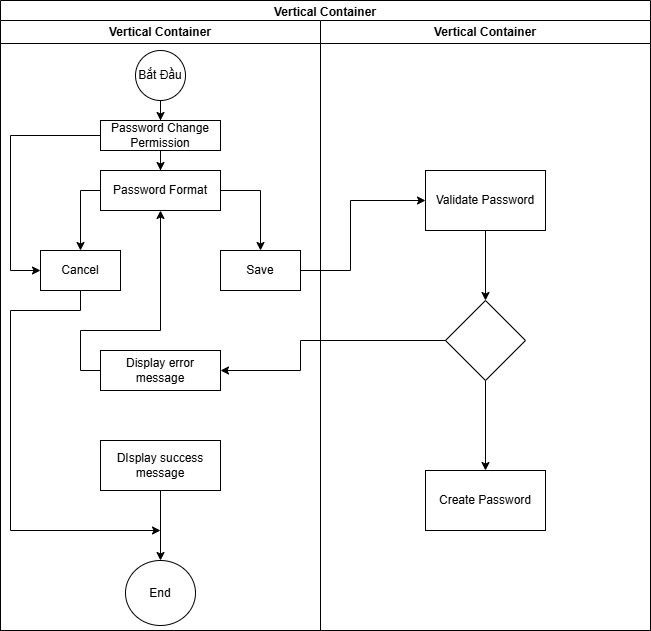
Junglou/-n keeps this draw.io diagram as KTPM_LT.drawio.png. Above is the earlier version. Source tidied: cells renumbered, new cells last; positions are measured from the earlier drawing's top-left corner, leaving out a move shared by most shapes.
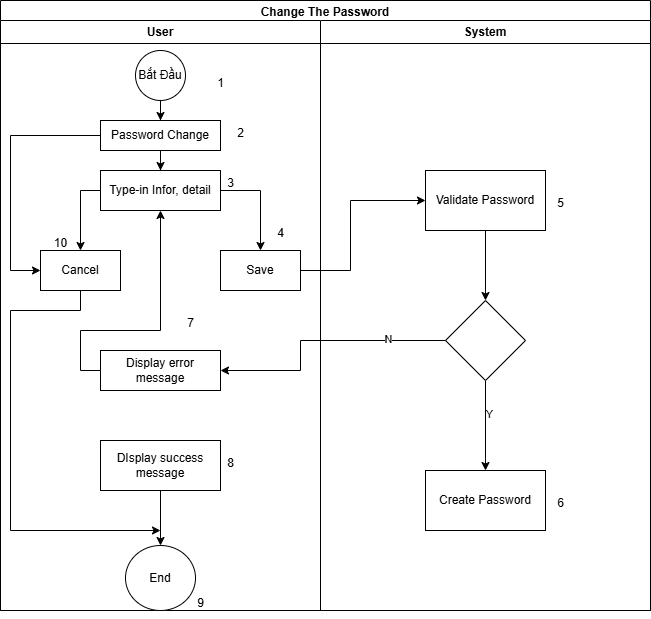
After the change.

The edit, as a diff of the source:
```diff
@@ -2,11 +2,11 @@
   <root>
     <mxCell id="0" />
     <mxCell id="1" parent="0" />
-    <mxCell id="2" value="Vertical Container" style="swimlane;whiteSpace=wrap;html=1;" parent="1" vertex="1">
-      <mxGeometry width="650" height="630" as="geometry" />
+    <mxCell id="2" value="Change The Password" style="swimlane;whiteSpace=wrap;html=1;" parent="1" vertex="1">
+      <mxGeometry width="650" height="610" as="geometry" />
     </mxCell>
-    <mxCell id="3" value="Vertical Container" style="swimlane;whiteSpace=wrap;html=1;" parent="2" vertex="1">
-      <mxGeometry x="320" y="20" width="330" height="610" as="geometry" />
+    <mxCell id="3" value="System" style="swimlane;whiteSpace=wrap;html=1;" parent="2" vertex="1">
+      <mxGeometry x="320" y="20" width="330" height="590" as="geometry" />
     </mxCell>
     <mxCell id="4" style="edgeStyle=orthogonalEdgeStyle;rounded=0;jettySize=auto;html=1;" parent="3" edge="1" source="5" target="7">
       <mxGeometry relative="1" as="geometry" />
@@ -17,14 +17,17 @@
     <mxCell id="6" style="edgeStyle=orthogonalEdgeStyle;rounded=0;jettySize=auto;html=1;" parent="3" edge="1" source="7" target="8">
       <mxGeometry relative="1" as="geometry" />
     </mxCell>
+    <mxCell id="28" value="Y" style="edgeLabel;html=1;align=center;verticalAlign=middle;" parent="6" vertex="1">
+      <mxGeometry x="-0.26" y="3" relative="1" as="geometry" />
+    </mxCell>
     <mxCell id="7" style="rhombus;whiteSpace=wrap;html=1;rounded=0;" parent="3" vertex="1">
       <mxGeometry x="125" y="280" width="80" height="80" as="geometry" />
     </mxCell>
     <mxCell id="8" value="Create Password" style="whiteSpace=wrap;html=1;rounded=0;" parent="3" vertex="1">
       <mxGeometry x="105" y="450" width="120" height="60" as="geometry" />
     </mxCell>
-    <mxCell id="9" value="Vertical Container" style="swimlane;whiteSpace=wrap;html=1;" parent="2" vertex="1">
-      <mxGeometry y="20" width="320" height="610" as="geometry" />
+    <mxCell id="9" value="User" style="swimlane;whiteSpace=wrap;html=1;" parent="2" vertex="1">
+      <mxGeometry y="20" width="320" height="590" as="geometry" />
     </mxCell>
     <mxCell id="10" style="edgeStyle=orthogonalEdgeStyle;rounded=0;jettySize=auto;html=1;" parent="9" edge="1" source="11" target="13">
       <mxGeometry relative="1" as="geometry" />
@@ -35,7 +38,7 @@
     <mxCell id="12" style="edgeStyle=orthogonalEdgeStyle;rounded=0;jettySize=auto;html=1;" parent="9" edge="1" source="13" target="16">
       <mxGeometry relative="1" as="geometry" />
     </mxCell>
-    <mxCell id="13" value="Password Change Permission" style="whiteSpace=wrap;html=1;" parent="9" vertex="1">
+    <mxCell id="13" value="Password Change" style="whiteSpace=wrap;html=1;" parent="9" vertex="1">
       <mxGeometry x="100" y="100" width="120" height="30" as="geometry" />
     </mxCell>
     <mxCell id="14" style="edgeStyle=orthogonalEdgeStyle;rounded=0;jettySize=auto;html=1;exitX=0;exitY=0.5;exitDx=0;exitDy=0;" parent="9" edge="1" source="16" target="17">
@@ -44,7 +47,7 @@
     <mxCell id="15" style="edgeStyle=orthogonalEdgeStyle;rounded=0;jettySize=auto;html=1;exitX=1;exitY=0.5;exitDx=0;exitDy=0;" parent="9" edge="1" source="16" target="18">
       <mxGeometry relative="1" as="geometry" />
     </mxCell>
-    <mxCell id="16" value="Password Format" style="whiteSpace=wrap;html=1;" parent="9" vertex="1">
+    <mxCell id="16" value="Type-in Infor, detail" style="whiteSpace=wrap;html=1;" parent="9" vertex="1">
       <mxGeometry x="100" y="150" width="120" height="40" as="geometry" />
     </mxCell>
     <mxCell id="17" value="Cancel" style="whiteSpace=wrap;html=1;" parent="9" vertex="1">
@@ -80,7 +83,7 @@
       <mxGeometry x="100" y="420" width="120" height="50" as="geometry" />
     </mxCell>
     <mxCell id="24" value="End" style="ellipse;whiteSpace=wrap;html=1;" parent="9" vertex="1">
-      <mxGeometry x="125" y="540" width="70" height="65" as="geometry" />
+      <mxGeometry x="125" y="525" width="70" height="65" as="geometry" />
     </mxCell>
     <mxCell id="25" style="endArrow=classic;html=1;rounded=0;exitX=1;exitY=0.5;exitDx=0;exitDy=0;entryX=0;entryY=0.5;entryDx=0;entryDy=0;" parent="2" edge="1" source="18" target="5">
       <mxGeometry relative="1" as="geometry">
@@ -98,6 +101,9 @@
         </Array>
       </mxGeometry>
     </mxCell>
+    <mxCell id="29" value="N" style="edgeLabel;html=1;align=center;verticalAlign=middle;" parent="26" vertex="1">
+      <mxGeometry x="-0.54" y="-2" relative="1" as="geometry" />
+    </mxCell>
     <mxCell id="27" style="endArrow=classic;html=1;rounded=0;exitX=0.5;exitY=1;exitDx=0;exitDy=0;" parent="1" edge="1" source="17">
       <mxGeometry relative="1" as="geometry">
         <mxPoint x="160" y="530" as="targetPoint" />
@@ -108,5 +114,35 @@
         </Array>
       </mxGeometry>
     </mxCell>
+    <mxCell id="30" value="1" style="text;html=1;align=center;verticalAlign=middle;strokeColor=none;fillColor=none;" parent="1" vertex="1">
+      <mxGeometry x="205" y="68" width="30" height="30" as="geometry" />
+    </mxCell>
+    <mxCell id="31" value="2" style="text;html=1;align=center;verticalAlign=middle;strokeColor=none;fillColor=none;" parent="1" vertex="1">
+      <mxGeometry x="225" y="118" width="30" height="30" as="geometry" />
+    </mxCell>
+    <mxCell id="32" value="3" style="text;html=1;align=center;verticalAlign=middle;strokeColor=none;fillColor=none;" parent="1" vertex="1">
+      <mxGeometry x="215" y="168" width="30" height="30" as="geometry" />
+    </mxCell>
+    <mxCell id="33" value="10" style="text;html=1;align=center;verticalAlign=middle;strokeColor=none;fillColor=none;" parent="1" vertex="1">
+      <mxGeometry x="40" y="228" width="40" height="30" as="geometry" />
+    </mxCell>
+    <mxCell id="34" value="4" style="text;html=1;align=center;verticalAlign=middle;strokeColor=none;fillColor=none;" parent="1" vertex="1">
+      <mxGeometry x="265" y="218" width="30" height="30" as="geometry" />
+    </mxCell>
+    <mxCell id="35" value="5" style="text;html=1;align=center;verticalAlign=middle;strokeColor=none;fillColor=none;" parent="1" vertex="1">
+      <mxGeometry x="545" y="188" width="30" height="30" as="geometry" />
+    </mxCell>
+    <mxCell id="36" value="6" style="text;html=1;align=center;verticalAlign=middle;strokeColor=none;fillColor=none;" parent="1" vertex="1">
+      <mxGeometry x="545" y="488" width="30" height="30" as="geometry" />
+    </mxCell>
+    <mxCell id="37" value="8" style="text;html=1;align=center;verticalAlign=middle;strokeColor=none;fillColor=none;" parent="1" vertex="1">
+      <mxGeometry x="215" y="448" width="30" height="30" as="geometry" />
+    </mxCell>
+    <mxCell id="38" value="9" style="text;html=1;align=center;verticalAlign=middle;strokeColor=none;fillColor=none;" parent="1" vertex="1">
+      <mxGeometry x="185" y="588" width="30" height="30" as="geometry" />
+    </mxCell>
+    <mxCell id="39" value="7" style="text;html=1;align=center;verticalAlign=middle;strokeColor=none;fillColor=none;" parent="1" vertex="1">
+      <mxGeometry x="175" y="308" width="30" height="30" as="geometry" />
+    </mxCell>
   </root>
 </mxGraphModel>
```
